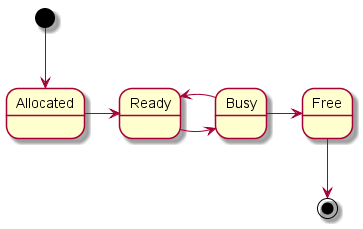
Earlier version of the PlantUML export uml/tracker-peer-state.png (bitcoinfs/bitcoinfs).
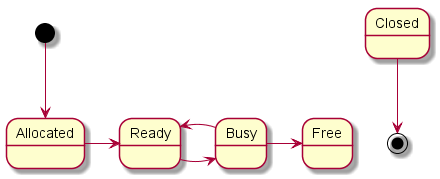
Later version of the same file.

What changed in the source:
```diff
@@ -5,6 +5,6 @@
 Ready -> Busy
 Busy -> Ready
 Busy -> Free
-Free --> [*]
+Closed --> [*]
 
 @enduml
```
